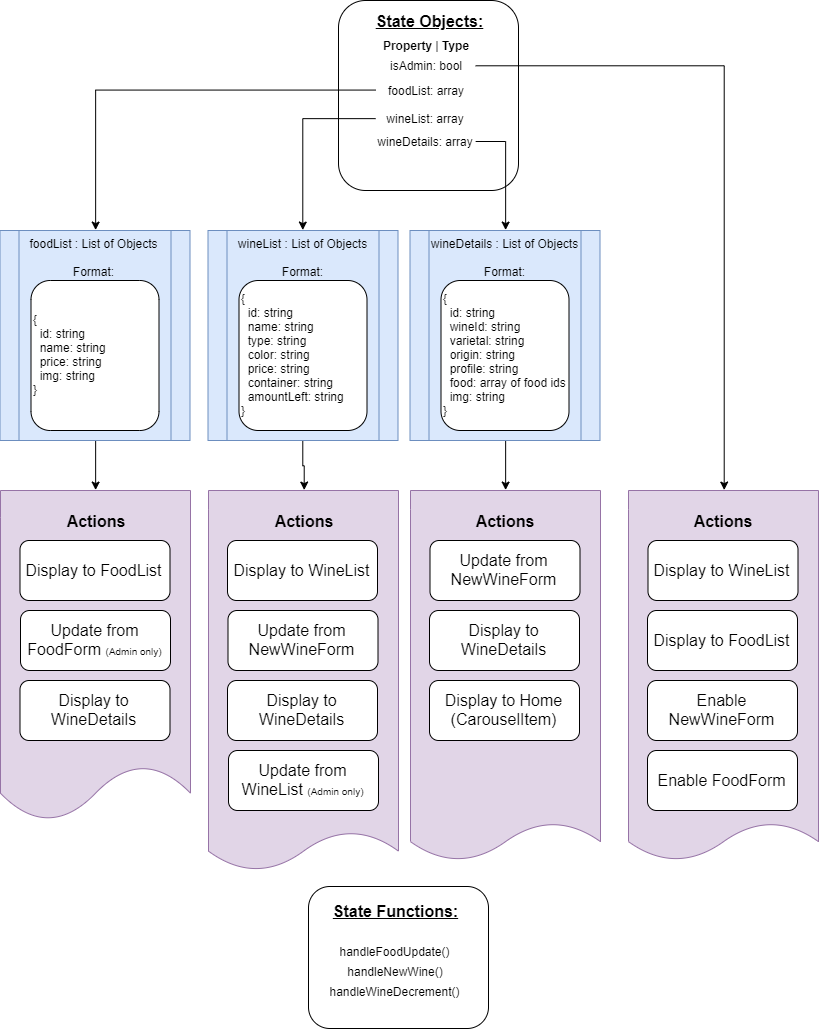
The draw.io diagram src/assets/references/Why-Not-Wine_Data-Structure.png in christinelfrank16/why-not-wine, before a commit. Source tidied: cells renumbered, new cells last; positions are measured from the earlier drawing's top-left corner, leaving out a move shared by most shapes.
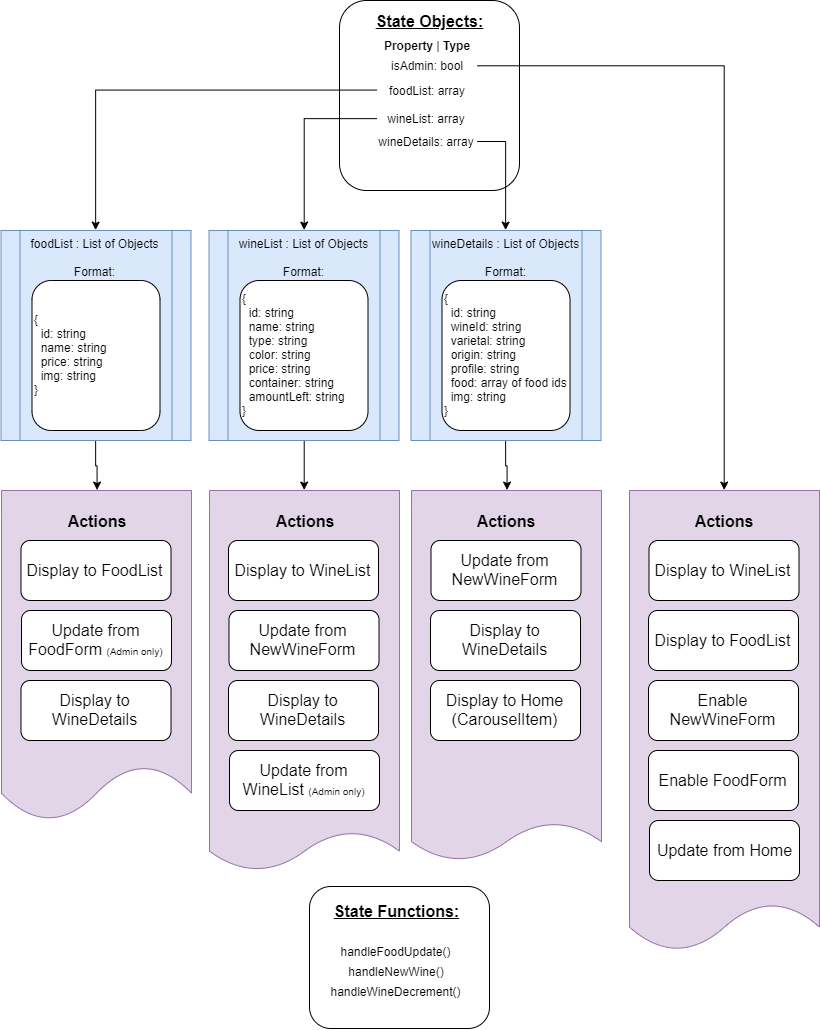
The same file after the commit.

Commit message:
Add update from home to isAdmin prop

Diff of the diagram source:
```diff
@@ -111,7 +111,7 @@
       <mxGeometry x="429" y="680" width="150" height="60" as="geometry" />
     </mxCell>
     <mxCell id="38" style="shape=document;whiteSpace=wrap;html=1;boundedLbl=1;fontSize=16;size=0.10178571428571428;fillColor=#e1d5e7;strokeColor=#9673a6;" parent="1" vertex="1">
-      <mxGeometry x="628" y="490" width="190" height="370" as="geometry" />
+      <mxGeometry x="628" y="490" width="190" height="460" as="geometry" />
     </mxCell>
     <mxCell id="39" value="Actions" style="text;html=1;strokeColor=none;fillColor=none;align=center;verticalAlign=middle;whiteSpace=wrap;rounded=0;fontSize=16;fontStyle=1;" parent="1" vertex="1">
       <mxGeometry x="702" y="510" width="40" height="20" as="geometry" />
@@ -143,5 +143,8 @@
     <mxCell id="48" value="handleWineDecrement()" style="text;html=1;strokeColor=none;fillColor=none;align=center;verticalAlign=middle;whiteSpace=wrap;rounded=0;" parent="1" vertex="1">
       <mxGeometry x="344.5" y="981" width="100" height="20" as="geometry" />
     </mxCell>
+    <mxCell id="49" value="Update from Home" style="rounded=1;whiteSpace=wrap;html=1;fontSize=16;" parent="1" vertex="1">
+      <mxGeometry x="648" y="820" width="150" height="60" as="geometry" />
+    </mxCell>
   </root>
 </mxGraphModel>
```
